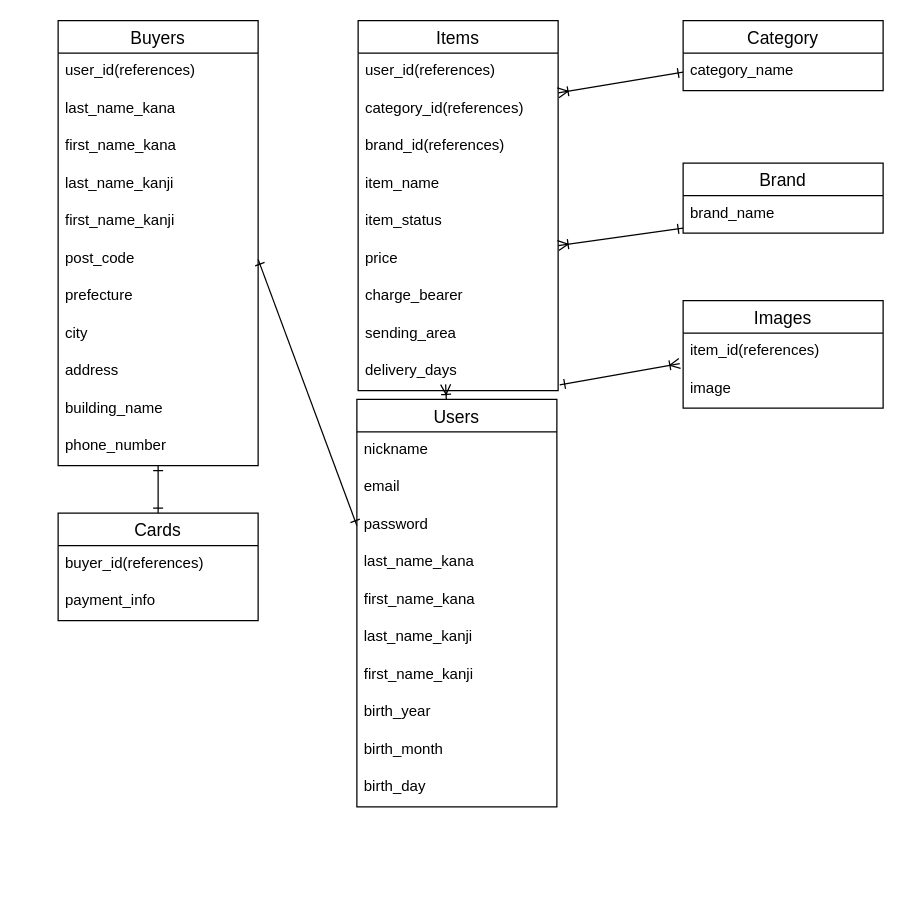
yahobaby/furima-38184 keeps this draw.io diagram as er.dio. Above is the earlier version. Source tidied: cells renumbered, new cells numbered last; positions are measured from the earlier drawing's top-left corner, leaving out a move shared by most shapes. Both pictures are drawn from the tidied source at 125%, with x=0, y=0 at pixel (58, 20).
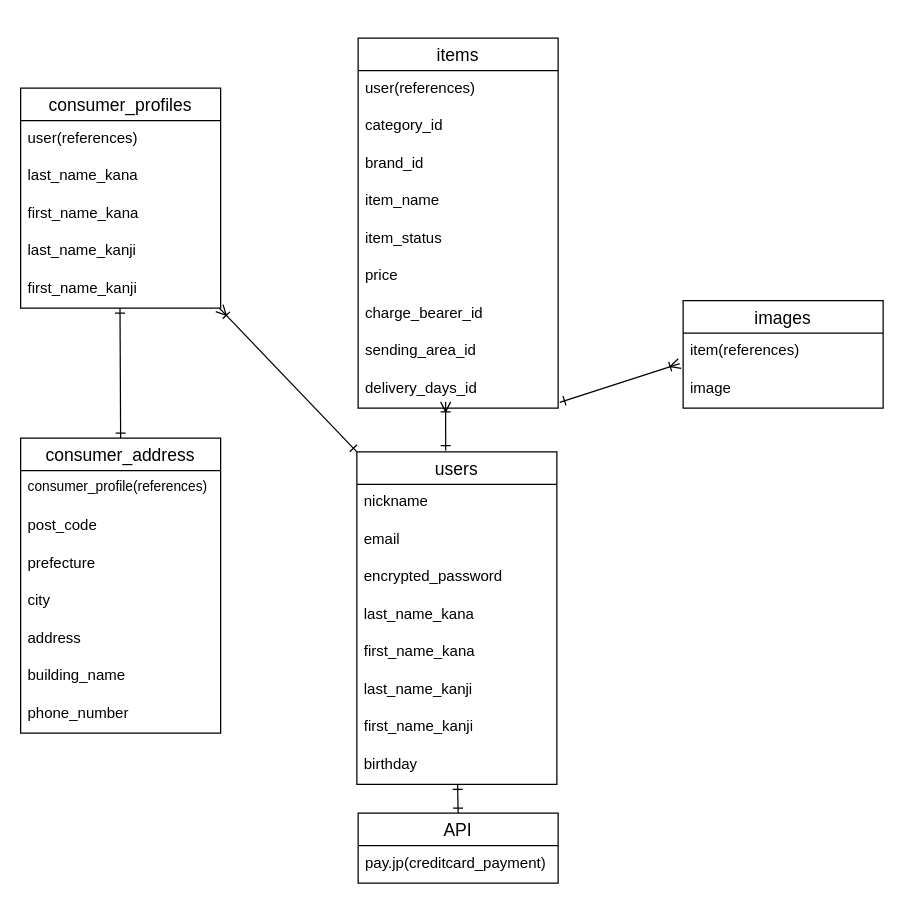
The same page after the edit.

Commit message (it also covers changes not shown here):
ER図README/SecondCommit

The change refers to these unchanged cells:
```xml
<mxCell id="9" value="price" style="text;strokeColor=none;fillColor=none;spacingLeft=4;spacingRight=4;overflow=hidden;points=[[0,0.5],[1,0.5]];portConstraint=eastwest;fontSize=12;" parent="3" vertex="1">
  <mxGeometry y="176" width="160" height="30" as="geometry" />
</mxCell>
```

The edit, as a diff of the source:
```diff
@@
-    <mxCell id="3" value="Items" style="swimlane;fontStyle=0;horizontal=1;startSize=26;align=center;fontSize=14;" parent="1" vertex="1">
-      <mxGeometry x="240" width="160" height="296" as="geometry" />
+    <mxCell id="3" value="items" style="swimlane;fontStyle=0;horizontal=1;startSize=26;align=center;fontSize=14;" parent="1" vertex="1">
+      <mxGeometry x="240" y="14" width="160" height="296" as="geometry" />
     </mxCell>
-    <mxCell id="4" value="user_id(references)&#10;" style="text;strokeColor=none;fillColor=none;spacingLeft=4;spacingRight=4;overflow=hidden;fontSize=12;" parent="3" vertex="1">
+    <mxCell id="4" value="user(references)&#10;" style="text;strokeColor=none;fillColor=none;spacingLeft=4;spacingRight=4;overflow=hidden;fontSize=12;" parent="3" vertex="1">
       <mxGeometry y="26" width="160" height="30" as="geometry" />
     </mxCell>
-    <mxCell id="5" value="category_id(references)" style="text;strokeColor=none;fillColor=none;spacingLeft=4;spacingRight=4;overflow=hidden;points=[[0,0.5],[1,0.5]];portConstraint=eastwest;fontSize=12;" parent="3" vertex="1">
+    <mxCell id="5" value="category_id" style="text;strokeColor=none;fillColor=none;spacingLeft=4;spacingRight=4;overflow=hidden;points=[[0,0.5],[1,0.5]];portConstraint=eastwest;fontSize=12;" parent="3" vertex="1">
       <mxGeometry y="56" width="160" height="30" as="geometry" />
     </mxCell>
-    <mxCell id="6" value="brand_id(references)" style="text;strokeColor=none;fillColor=none;spacingLeft=4;spacingRight=4;overflow=hidden;fontSize=12;" parent="3" vertex="1">
+    <mxCell id="6" value="brand_id" style="text;strokeColor=none;fillColor=none;spacingLeft=4;spacingRight=4;overflow=hidden;fontSize=12;" parent="3" vertex="1">
       <mxGeometry y="86" width="160" height="30" as="geometry" />
     </mxCell>
@@
-    <mxCell id="10" value="charge_bearer" style="text;strokeColor=none;fillColor=none;spacingLeft=4;spacingRight=4;overflow=hidden;fontSize=12;" parent="3" vertex="1">
+    <mxCell id="10" value="charge_bearer_id" style="text;strokeColor=none;fillColor=none;spacingLeft=4;spacingRight=4;overflow=hidden;fontSize=12;" parent="3" vertex="1">
       <mxGeometry y="206" width="160" height="30" as="geometry" />
     </mxCell>
-    <mxCell id="11" value="sending_area" style="text;strokeColor=none;fillColor=none;spacingLeft=4;spacingRight=4;overflow=hidden;fontSize=12;" parent="3" vertex="1">
+    <mxCell id="11" value="sending_area_id" style="text;strokeColor=none;fillColor=none;spacingLeft=4;spacingRight=4;overflow=hidden;fontSize=12;" parent="3" vertex="1">
       <mxGeometry y="236" width="160" height="30" as="geometry" />
     </mxCell>
-    <mxCell id="12" style="edgeStyle=none;rounded=0;html=1;endArrow=ERoneToMany;endFill=0;startArrow=ERone;startFill=0;" parent="3" edge="1">
+    <mxCell id="12" style="edgeStyle=none;rounded=0;html=1;endArrow=ERoneToMany;endFill=0;startArrow=ERone;startFill=0;exitX=0.444;exitY=-0.004;exitDx=0;exitDy=0;exitPerimeter=0;" parent="3" edge="1" source="14">
       <mxGeometry relative="1" as="geometry">
-        <mxPoint x="71.7" y="328" as="sourcePoint" />
         <mxPoint x="70" y="291" as="targetPoint" />
       </mxGeometry>
     </mxCell>
-    <mxCell id="13" value="delivery_days" style="text;strokeColor=none;fillColor=none;spacingLeft=4;spacingRight=4;overflow=hidden;points=[[0,0.5],[1,0.5]];portConstraint=eastwest;fontSize=12;" parent="3" vertex="1">
+    <mxCell id="13" value="delivery_days_id" style="text;strokeColor=none;fillColor=none;spacingLeft=4;spacingRight=4;overflow=hidden;points=[[0,0.5],[1,0.5]];portConstraint=eastwest;fontSize=12;" parent="3" vertex="1">
       <mxGeometry y="266" width="160" height="30" as="geometry" />
     </mxCell>
-    <mxCell id="14" value="Users" style="swimlane;fontStyle=0;horizontal=1;startSize=26;align=center;fontSize=14;" parent="1" vertex="1">
-      <mxGeometry x="239" y="303" width="160" height="326" as="geometry" />
+    <mxCell id="14" value="users" style="swimlane;fontStyle=0;horizontal=1;startSize=26;align=center;fontSize=14;" parent="1" vertex="1">
+      <mxGeometry x="239" y="345" width="160" height="266" as="geometry" />
     </mxCell>
@@
-    <mxCell id="17" value="password" style="text;strokeColor=none;fillColor=none;spacingLeft=4;spacingRight=4;overflow=hidden;points=[[0,0.5],[1,0.5]];portConstraint=eastwest;fontSize=12;" parent="14" vertex="1">
+    <mxCell id="17" value="encrypted_password" style="text;strokeColor=none;fillColor=none;spacingLeft=4;spacingRight=4;overflow=hidden;points=[[0,0.5],[1,0.5]];portConstraint=eastwest;fontSize=12;" parent="14" vertex="1">
       <mxGeometry y="86" width="160" height="30" as="geometry" />
     </mxCell>
@@
-    <mxCell id="22" value="birth_year" style="text;strokeColor=none;fillColor=none;spacingLeft=4;spacingRight=4;overflow=hidden;fontSize=12;" parent="14" vertex="1">
+    <mxCell id="22" value="birthday" style="text;strokeColor=none;fillColor=none;spacingLeft=4;spacingRight=4;overflow=hidden;fontSize=12;" parent="14" vertex="1">
       <mxGeometry y="236" width="160" height="30" as="geometry" />
     </mxCell>
-    <mxCell id="23" value="birth_month" style="text;strokeColor=none;fillColor=none;spacingLeft=4;spacingRight=4;overflow=hidden;fontSize=12;" parent="14" vertex="1">
-      <mxGeometry y="266" width="160" height="30" as="geometry" />
-    </mxCell>
-    <mxCell id="24" value="birth_day" style="text;strokeColor=none;fillColor=none;spacingLeft=4;spacingRight=4;overflow=hidden;fontSize=12;" parent="14" vertex="1">
-      <mxGeometry y="296" width="160" height="30" as="geometry" />
-    </mxCell>
-    <mxCell id="25" style="edgeStyle=none;rounded=0;html=1;startArrow=ERone;startFill=0;endArrow=ERone;endFill=0;entryX=0.5;entryY=0;entryDx=0;entryDy=0;" parent="1" edge="1" source="26" target="46">
-      <mxGeometry relative="1" as="geometry" />
-    </mxCell>
-    <mxCell id="26" value="Buyers" style="swimlane;fontStyle=0;horizontal=1;startSize=26;align=center;fontSize=14;" parent="1" vertex="1">
-      <mxGeometry width="160" height="356" as="geometry" />
-    </mxCell>
-    <mxCell id="27" value="user_id(references)&#10;" style="text;strokeColor=none;fillColor=none;spacingLeft=4;spacingRight=4;overflow=hidden;fontSize=12;" parent="26" vertex="1">
-      <mxGeometry y="26" width="160" height="30" as="geometry" />
-    </mxCell>
+    <mxCell id="43" value="images" style="swimlane;fontStyle=0;horizontal=1;startSize=26;align=center;fontSize=14;" parent="1" vertex="1">
+      <mxGeometry x="500" y="224" width="160" height="86" as="geometry" />
+    </mxCell>
+    <mxCell id="44" value="item(references)&#10;" style="text;strokeColor=none;fillColor=none;spacingLeft=4;spacingRight=4;overflow=hidden;points=[[0,0.5],[1,0.5]];portConstraint=eastwest;fontSize=12;" parent="43" vertex="1">
+      <mxGeometry y="26" width="160" height="30" as="geometry" />
+    </mxCell>
+    <mxCell id="45" value="image" style="text;strokeColor=none;fillColor=none;spacingLeft=4;spacingRight=4;overflow=hidden;fontSize=12;" parent="43" vertex="1">
+      <mxGeometry y="56" width="160" height="30" as="geometry" />
+    </mxCell>
+    <mxCell id="51" value="consumer_profiles" style="swimlane;fontStyle=0;horizontal=1;startSize=26;align=center;fontSize=14;" parent="1" vertex="1">
+      <mxGeometry x="-30" y="54" width="160" height="176" as="geometry" />
+    </mxCell>
+    <mxCell id="52" value="user(references)" style="text;strokeColor=none;fillColor=none;spacingLeft=4;spacingRight=4;overflow=hidden;fontSize=12;" parent="51" vertex="1">
+      <mxGeometry y="26" width="160" height="30" as="geometry" />
+    </mxCell>
-    <mxCell id="28" value="last_name_kana" style="text;strokeColor=none;fillColor=none;spacingLeft=4;spacingRight=4;overflow=hidden;fontSize=12;" parent="26" vertex="1">
+    <mxCell id="28" value="last_name_kana" style="text;strokeColor=none;fillColor=none;spacingLeft=4;spacingRight=4;overflow=hidden;fontSize=12;" parent="51" vertex="1">
       <mxGeometry y="56" width="160" height="30" as="geometry" />
     </mxCell>
-    <mxCell id="29" value="first_name_kana" style="text;strokeColor=none;fillColor=none;spacingLeft=4;spacingRight=4;overflow=hidden;fontSize=12;" parent="26" vertex="1">
+    <mxCell id="29" value="first_name_kana" style="text;strokeColor=none;fillColor=none;spacingLeft=4;spacingRight=4;overflow=hidden;fontSize=12;" parent="51" vertex="1">
       <mxGeometry y="86" width="160" height="30" as="geometry" />
     </mxCell>
-    <mxCell id="30" value="last_name_kanji" style="text;strokeColor=none;fillColor=none;spacingLeft=4;spacingRight=4;overflow=hidden;fontSize=12;" parent="26" vertex="1">
+    <mxCell id="30" value="last_name_kanji" style="text;strokeColor=none;fillColor=none;spacingLeft=4;spacingRight=4;overflow=hidden;fontSize=12;" parent="51" vertex="1">
       <mxGeometry y="116" width="160" height="30" as="geometry" />
     </mxCell>
-    <mxCell id="31" value="first_name_kanji" style="text;strokeColor=none;fillColor=none;spacingLeft=4;spacingRight=4;overflow=hidden;fontSize=12;" parent="26" vertex="1">
+    <mxCell id="31" value="first_name_kanji" style="text;strokeColor=none;fillColor=none;spacingLeft=4;spacingRight=4;overflow=hidden;fontSize=12;" parent="51" vertex="1">
       <mxGeometry y="146" width="160" height="30" as="geometry" />
     </mxCell>
+    <mxCell id="53" value="consumer_address" style="swimlane;fontStyle=0;horizontal=1;startSize=26;align=center;fontSize=14;" parent="1" vertex="1">
+      <mxGeometry x="-30" y="334" width="160" height="236" as="geometry" />
+    </mxCell>
+    <mxCell id="54" value="consumer_profile(references)" style="text;strokeColor=none;fillColor=none;spacingLeft=4;spacingRight=4;overflow=hidden;fontSize=11;" parent="53" vertex="1">
+      <mxGeometry y="26" width="160" height="30" as="geometry" />
+    </mxCell>
-    <mxCell id="32" value="post_code&#10;" style="text;strokeColor=none;fillColor=none;spacingLeft=4;spacingRight=4;overflow=hidden;points=[[0,0.5],[1,0.5]];portConstraint=eastwest;fontSize=12;" parent="26" vertex="1">
-      <mxGeometry y="176" width="160" height="30" as="geometry" />
+    <mxCell id="32" value="post_code" style="text;strokeColor=none;fillColor=none;spacingLeft=4;spacingRight=4;overflow=hidden;points=[[0,0.5],[1,0.5]];portConstraint=eastwest;fontSize=12;" parent="53" vertex="1">
+      <mxGeometry y="56" width="160" height="30" as="geometry" />
     </mxCell>
-    <mxCell id="33" value="prefecture" style="text;strokeColor=none;fillColor=none;spacingLeft=4;spacingRight=4;overflow=hidden;fontSize=12;" parent="26" vertex="1">
-      <mxGeometry y="206" width="160" height="30" as="geometry" />
+    <mxCell id="33" value="prefecture" style="text;strokeColor=none;fillColor=none;spacingLeft=4;spacingRight=4;overflow=hidden;fontSize=12;" parent="53" vertex="1">
+      <mxGeometry y="86" width="160" height="30" as="geometry" />
     </mxCell>
-    <mxCell id="34" value="city" style="text;strokeColor=none;fillColor=none;spacingLeft=4;spacingRight=4;overflow=hidden;fontSize=12;" parent="26" vertex="1">
-      <mxGeometry y="236" width="160" height="30" as="geometry" />
+    <mxCell id="34" value="city" style="text;strokeColor=none;fillColor=none;spacingLeft=4;spacingRight=4;overflow=hidden;fontSize=12;" parent="53" vertex="1">
+      <mxGeometry y="116" width="160" height="30" as="geometry" />
     </mxCell>
-    <mxCell id="35" value="address" style="text;strokeColor=none;fillColor=none;spacingLeft=4;spacingRight=4;overflow=hidden;fontSize=12;" parent="26" vertex="1">
-      <mxGeometry y="266" width="160" height="30" as="geometry" />
+    <mxCell id="35" value="address" style="text;strokeColor=none;fillColor=none;spacingLeft=4;spacingRight=4;overflow=hidden;fontSize=12;" parent="53" vertex="1">
+      <mxGeometry y="146" width="160" height="30" as="geometry" />
     </mxCell>
-    <mxCell id="36" value="building_name" style="text;strokeColor=none;fillColor=none;spacingLeft=4;spacingRight=4;overflow=hidden;fontSize=12;" parent="26" vertex="1">
-      <mxGeometry y="296" width="160" height="30" as="geometry" />
+    <mxCell id="36" value="building_name" style="text;strokeColor=none;fillColor=none;spacingLeft=4;spacingRight=4;overflow=hidden;fontSize=12;" parent="53" vertex="1">
+      <mxGeometry y="176" width="160" height="30" as="geometry" />
     </mxCell>
-    <mxCell id="37" value="phone_number" style="text;strokeColor=none;fillColor=none;spacingLeft=4;spacingRight=4;overflow=hidden;fontSize=12;" parent="26" vertex="1">
-      <mxGeometry y="326" width="160" height="30" as="geometry" />
+    <mxCell id="37" value="phone_number" style="text;strokeColor=none;fillColor=none;spacingLeft=4;spacingRight=4;overflow=hidden;fontSize=12;" parent="53" vertex="1">
+      <mxGeometry y="206" width="160" height="30" as="geometry" />
     </mxCell>
-    <mxCell id="38" style="edgeStyle=none;html=1;rounded=0;endArrow=ERoneToMany;endFill=0;startArrow=ERone;startFill=0;" parent="1" edge="1" source="39" target="5">
-      <mxGeometry relative="1" as="geometry" />
-    </mxCell>
-    <mxCell id="39" value="Category" style="swimlane;fontStyle=0;horizontal=1;startSize=26;align=center;fontSize=14;" parent="1" vertex="1">
-      <mxGeometry x="500" width="160" height="56" as="geometry" />
-    </mxCell>
-    <mxCell id="40" value="category_name" style="text;strokeColor=none;fillColor=none;spacingLeft=4;spacingRight=4;overflow=hidden;fontSize=12;" parent="39" vertex="1">
-      <mxGeometry y="26" width="160" height="30" as="geometry" />
-    </mxCell>
-    <mxCell id="41" value="Brand" style="swimlane;fontStyle=0;horizontal=1;startSize=26;align=center;fontSize=14;" parent="1" vertex="1">
-      <mxGeometry x="500" y="114" width="160" height="56" as="geometry" />
-    </mxCell>
-    <mxCell id="42" value="brand_name" style="text;strokeColor=none;fillColor=none;spacingLeft=4;spacingRight=4;overflow=hidden;points=[[0,0.5],[1,0.5]];portConstraint=eastwest;fontSize=12;" parent="41" vertex="1">
-      <mxGeometry y="26" width="160" height="30" as="geometry" />
-    </mxCell>
-    <mxCell id="43" value="Images" style="swimlane;fontStyle=0;horizontal=1;startSize=26;align=center;fontSize=14;" parent="1" vertex="1">
-      <mxGeometry x="500" y="224" width="160" height="86" as="geometry" />
-    </mxCell>
-    <mxCell id="44" value="item_id(references)&#10;" style="text;strokeColor=none;fillColor=none;spacingLeft=4;spacingRight=4;overflow=hidden;points=[[0,0.5],[1,0.5]];portConstraint=eastwest;fontSize=12;" parent="43" vertex="1">
-      <mxGeometry y="26" width="160" height="30" as="geometry" />
-    </mxCell>
-    <mxCell id="45" value="image" style="text;strokeColor=none;fillColor=none;spacingLeft=4;spacingRight=4;overflow=hidden;fontSize=12;" parent="43" vertex="1">
-      <mxGeometry y="56" width="160" height="30" as="geometry" />
-    </mxCell>
-    <mxCell id="46" value="Cards" style="swimlane;fontStyle=0;horizontal=1;startSize=26;align=center;fontSize=14;" parent="1" vertex="1">
-      <mxGeometry y="394" width="160" height="86" as="geometry" />
-    </mxCell>
-    <mxCell id="47" value="buyer_id(references)&#10;" style="text;strokeColor=none;fillColor=none;spacingLeft=4;spacingRight=4;overflow=hidden;fontSize=12;" parent="46" vertex="1">
-      <mxGeometry y="26" width="160" height="30" as="geometry" />
-    </mxCell>
-    <mxCell id="48" value="payment_info" style="text;strokeColor=none;fillColor=none;spacingLeft=4;spacingRight=4;overflow=hidden;fontSize=12;" parent="46" vertex="1">
-      <mxGeometry y="56" width="160" height="30" as="geometry" />
-    </mxCell>
-    <mxCell id="49" style="edgeStyle=none;rounded=0;html=1;endArrow=ERoneToMany;endFill=0;startArrow=ERone;startFill=0;" parent="1" edge="1" source="42" target="9">
-      <mxGeometry relative="1" as="geometry" />
-    </mxCell>
-    <mxCell id="50" style="edgeStyle=none;rounded=0;html=1;startArrow=ERone;startFill=0;endArrow=ERone;endFill=0;entryX=0;entryY=0.5;entryDx=0;entryDy=0;exitX=1;exitY=0.5;exitDx=0;exitDy=0;" parent="1" edge="1" source="32" target="17">
-      <mxGeometry relative="1" as="geometry" />
-    </mxCell>
+    <mxCell id="55" style="edgeStyle=none;rounded=0;html=1;endArrow=ERoneToMany;endFill=0;startArrow=ERone;startFill=0;exitX=0;exitY=0;exitDx=0;exitDy=0;" parent="1" edge="1" source="14">
+      <mxGeometry relative="1" as="geometry">
+        <mxPoint x="129" y="230" as="targetPoint" />
+      </mxGeometry>
+    </mxCell>
+    <mxCell id="56" style="edgeStyle=none;rounded=0;html=1;endArrow=ERone;endFill=0;startArrow=ERone;startFill=0;exitX=0.5;exitY=0;exitDx=0;exitDy=0;verticalAlign=middle;" parent="1" edge="1" source="53">
+      <mxGeometry relative="1" as="geometry">
+        <mxPoint x="49.5" y="230" as="targetPoint" />
+      </mxGeometry>
+    </mxCell>
+    <mxCell id="57" value="API" style="swimlane;fontStyle=0;horizontal=1;startSize=26;align=center;fontSize=14;" parent="1" vertex="1">
+      <mxGeometry x="240" y="634" width="160" height="56" as="geometry" />
+    </mxCell>
+    <mxCell id="58" value="pay.jp(creditcard_payment)" style="text;strokeColor=none;fillColor=none;spacingLeft=4;spacingRight=4;overflow=hidden;fontSize=12;" parent="57" vertex="1">
+      <mxGeometry y="26" width="160" height="30" as="geometry" />
+    </mxCell>
+    <mxCell id="59" style="edgeStyle=none;rounded=0;html=1;endArrow=ERone;endFill=0;startArrow=ERone;startFill=0;exitX=0.5;exitY=0;exitDx=0;exitDy=0;verticalAlign=middle;" parent="1" edge="1" source="57">
+      <mxGeometry relative="1" as="geometry">
+        <mxPoint x="319.6" y="611" as="targetPoint" />
+      </mxGeometry>
+    </mxCell>
```
